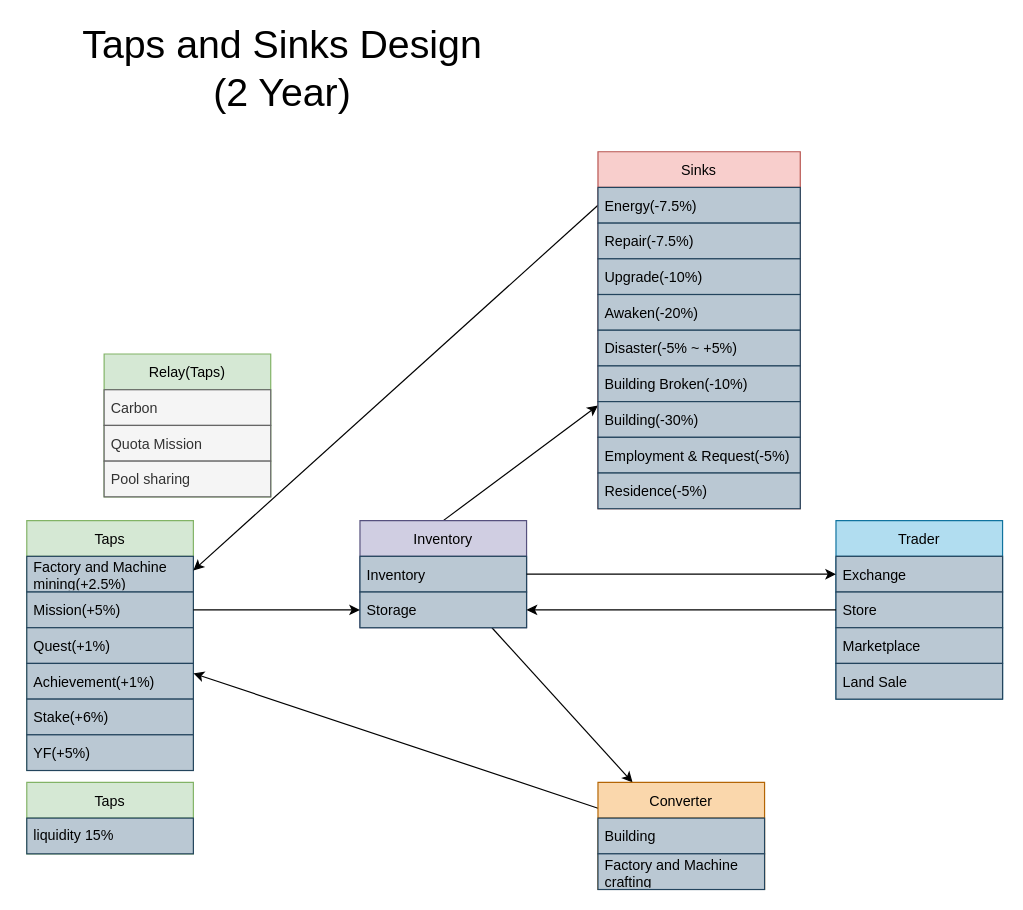
This is Taps And Sinks.drawio from memberteen/craftdefi-ecosystem, a draw.io file, before an edit. Source tidied: cells renumbered, new cells numbered last; positions are measured from the earlier drawing's top-left corner, leaving out a move shared by most shapes. Both pictures are drawn from the tidied source at 119%, with x=0, y=0 at pixel (20, 20).
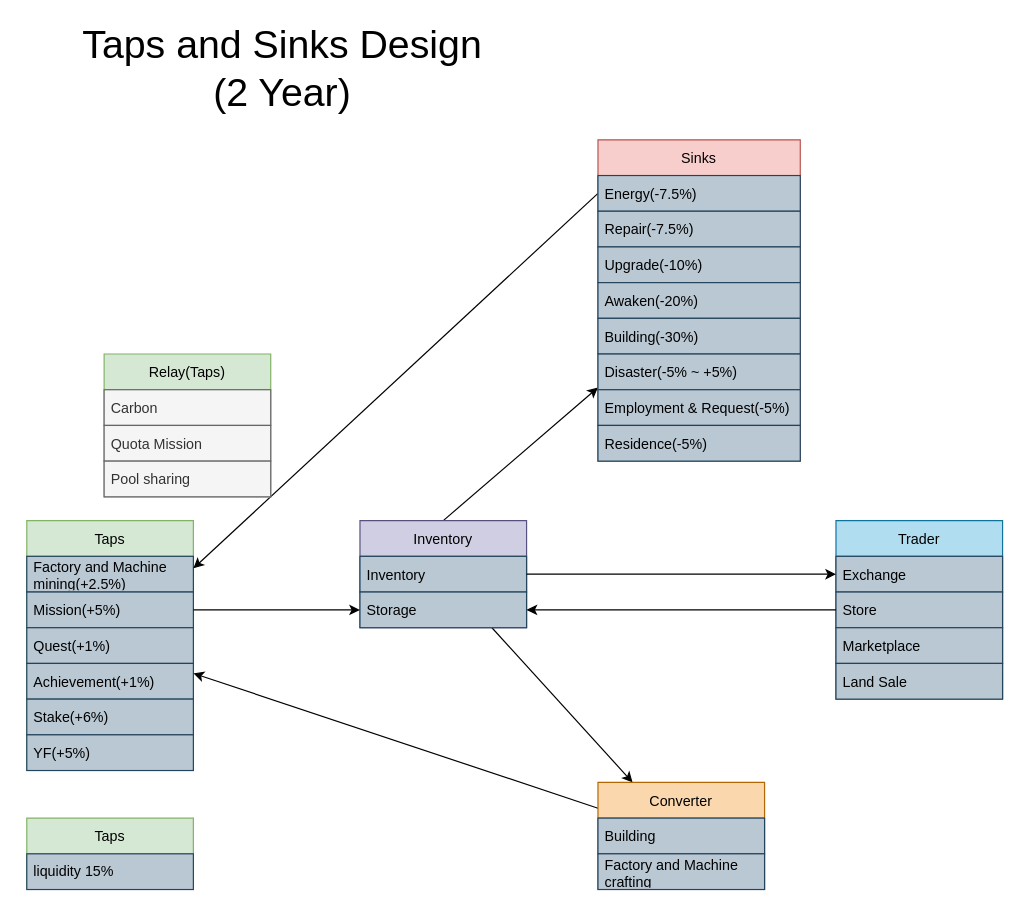
The same page after the edit.

Diff of the diagram source:
```diff
@@
     <mxCell id="15" value="Sinks" style="swimlane;fontStyle=0;horizontal=1;startSize=30;fillColor=#f8cecc;strokeColor=#b85450;" parent="1" vertex="1">
-      <mxGeometry x="485" y="110" width="170" height="300" as="geometry" />
+      <mxGeometry x="485" y="100" width="170" height="270" as="geometry" />
     </mxCell>
@@
+    <mxCell id="22" value="Building(-30%)" style="text;align=left;verticalAlign=middle;spacingLeft=4;spacingRight=4;overflow=hidden;fillColor=#bac8d3;strokeColor=#23445d;" parent="15" vertex="1">
+      <mxGeometry y="150" width="170" height="30" as="geometry" />
+    </mxCell>
     <mxCell id="20" value="Disaster(-5% ~ +5%)" style="text;align=left;verticalAlign=middle;spacingLeft=4;spacingRight=4;overflow=hidden;fillColor=#bac8d3;strokeColor=#23445d;" parent="15" vertex="1">
-      <mxGeometry y="150" width="170" height="30" as="geometry" />
+      <mxGeometry y="180" width="170" height="30" as="geometry" />
     </mxCell>
-    <mxCell id="21" value="Building Broken(-10%)" style="text;align=left;verticalAlign=middle;spacingLeft=4;spacingRight=4;overflow=hidden;fillColor=#bac8d3;strokeColor=#23445d;" parent="15" vertex="1">
-      <mxGeometry y="180" width="170" height="30" as="geometry" />
-    </mxCell>
-    <mxCell id="22" value="Building(-30%)" style="text;align=left;verticalAlign=middle;spacingLeft=4;spacingRight=4;overflow=hidden;fillColor=#bac8d3;strokeColor=#23445d;" parent="15" vertex="1">
-      <mxGeometry y="210" width="170" height="30" as="geometry" />
-    </mxCell>
     <mxCell id="23" value="Employment &amp; Request(-5%)" style="text;align=left;verticalAlign=middle;spacingLeft=4;spacingRight=4;overflow=hidden;fontStyle=0;fillColor=#bac8d3;strokeColor=#23445d;" parent="15" vertex="1">
-      <mxGeometry y="240" width="170" height="30" as="geometry" />
+      <mxGeometry y="210" width="170" height="30" as="geometry" />
     </mxCell>
     <mxCell id="24" value="Residence(-5%)" style="text;align=left;verticalAlign=middle;spacingLeft=4;spacingRight=4;overflow=hidden;fontStyle=0;fillColor=#bac8d3;strokeColor=#23445d;" parent="15" vertex="1">
-      <mxGeometry y="270" width="170" height="30" as="geometry" />
+      <mxGeometry y="240" width="170" height="30" as="geometry" />
     </mxCell>
@@
     <mxCell id="42" value="Taps" style="swimlane;fontStyle=0;horizontal=1;startSize=30;fillColor=#d5e8d4;strokeColor=#82b366;" parent="1" vertex="1">
-      <mxGeometry x="5" y="640" width="140" height="60" as="geometry" />
+      <mxGeometry x="5" y="670" width="140" height="60" as="geometry" />
     </mxCell>
```
